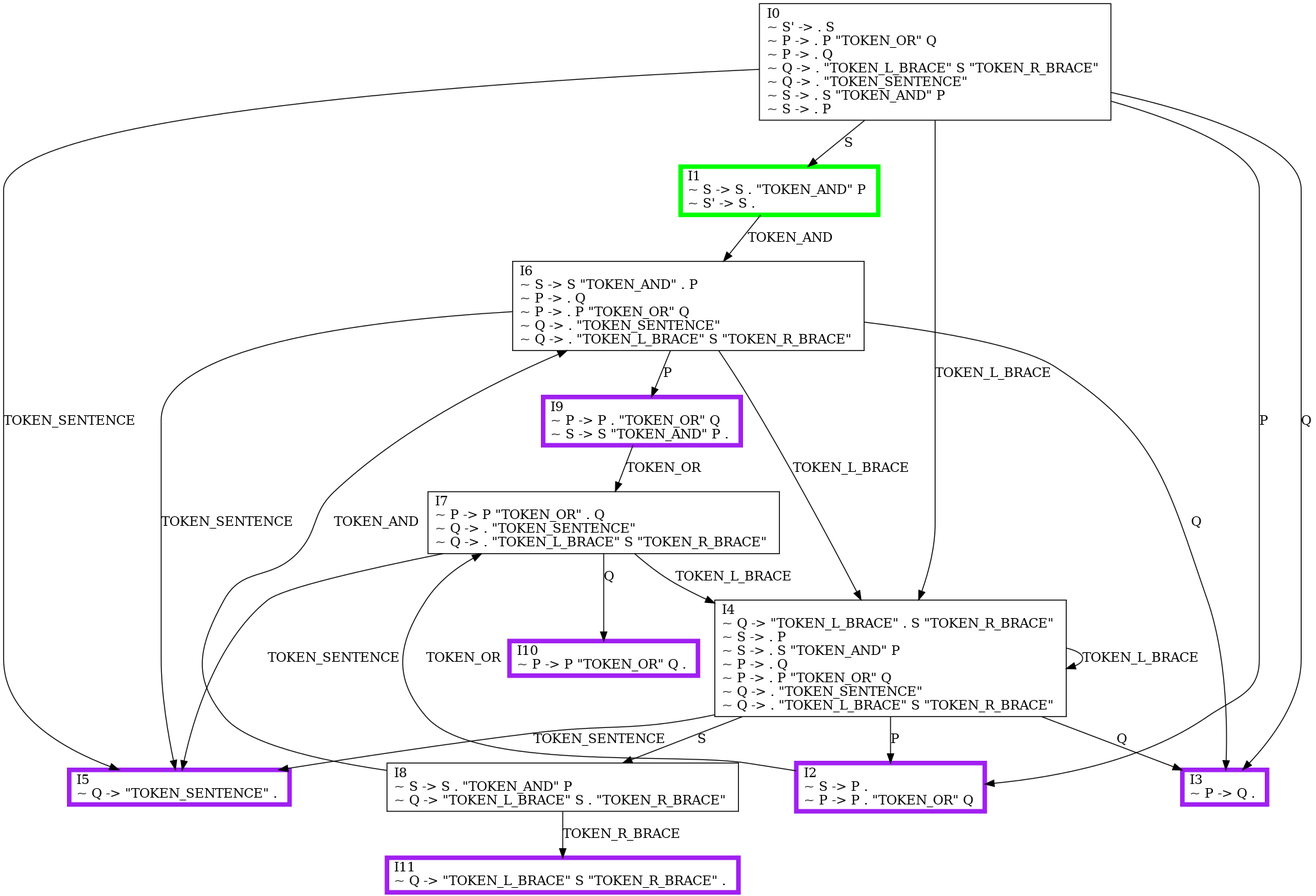
This is graph/slr.png from MarchMol/syntax_analyzer, a Graphviz export, as it was before one commit. Its source is kept beside it as graph/slr.dot.
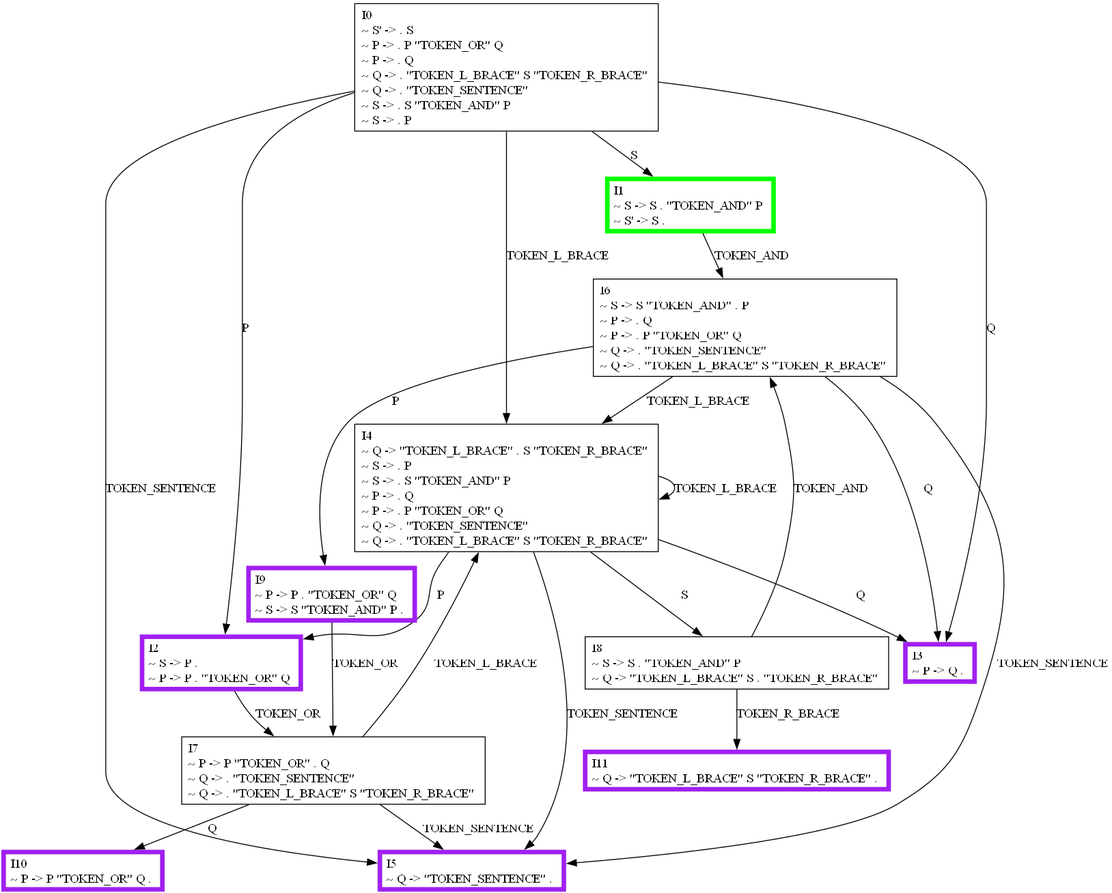
After the commit.

Diff of the diagram source:
```diff
@@ -1,36 +1,36 @@
 digraph {
-    0 [ label = "I1\l~ S -> S . \"TOKEN_AND\" P \l~ S' -> S . \l" shape=box, color=green, penwidth=5]
-    1 [ label = "I9\l~ P -> P . \"TOKEN_OR\" Q \l~ S -> S \"TOKEN_AND\" P . \l" shape=box, color=purple, penwidth=5]
-    2 [ label = "I8\l~ S -> S . \"TOKEN_AND\" P \l~ Q -> \"TOKEN_L_BRACE\" S . \"TOKEN_R_BRACE\" \l" shape=box]
+    0 [ label = "I0\l~ S' -> . S \l~ P -> . P \"TOKEN_OR\" Q \l~ P -> . Q \l~ Q -> . \"TOKEN_L_BRACE\" S \"TOKEN_R_BRACE\" \l~ Q -> . \"TOKEN_SENTENCE\" \l~ S -> . S \"TOKEN_AND\" P \l~ S -> . P \l" shape=box]
+    1 [ label = "I1\l~ S -> S . \"TOKEN_AND\" P \l~ S' -> S . \l" shape=box, color=green, penwidth=5]
+    2 [ label = "I4\l~ Q -> \"TOKEN_L_BRACE\" . S \"TOKEN_R_BRACE\" \l~ S -> . P \l~ S -> . S \"TOKEN_AND\" P \l~ P -> . Q \l~ P -> . P \"TOKEN_OR\" Q \l~ Q -> . \"TOKEN_SENTENCE\" \l~ Q -> . \"TOKEN_L_BRACE\" S \"TOKEN_R_BRACE\" \l" shape=box]
     3 [ label = "I2\l~ S -> P . \l~ P -> P . \"TOKEN_OR\" Q \l" shape=box, color=purple, penwidth=5]
-    4 [ label = "I4\l~ Q -> \"TOKEN_L_BRACE\" . S \"TOKEN_R_BRACE\" \l~ S -> . P \l~ S -> . S \"TOKEN_AND\" P \l~ P -> . Q \l~ P -> . P \"TOKEN_OR\" Q \l~ Q -> . \"TOKEN_SENTENCE\" \l~ Q -> . \"TOKEN_L_BRACE\" S \"TOKEN_R_BRACE\" \l" shape=box]
-    5 [ label = "I6\l~ S -> S \"TOKEN_AND\" . P \l~ P -> . Q \l~ P -> . P \"TOKEN_OR\" Q \l~ Q -> . \"TOKEN_SENTENCE\" \l~ Q -> . \"TOKEN_L_BRACE\" S \"TOKEN_R_BRACE\" \l" shape=box]
-    6 [ label = "I0\l~ S' -> . S \l~ P -> . P \"TOKEN_OR\" Q \l~ P -> . Q \l~ Q -> . \"TOKEN_L_BRACE\" S \"TOKEN_R_BRACE\" \l~ Q -> . \"TOKEN_SENTENCE\" \l~ S -> . S \"TOKEN_AND\" P \l~ S -> . P \l" shape=box]
-    7 [ label = "I7\l~ P -> P \"TOKEN_OR\" . Q \l~ Q -> . \"TOKEN_SENTENCE\" \l~ Q -> . \"TOKEN_L_BRACE\" S \"TOKEN_R_BRACE\" \l" shape=box]
-    8 [ label = "I11\l~ Q -> \"TOKEN_L_BRACE\" S \"TOKEN_R_BRACE\" . \l" shape=box, color=purple, penwidth=5]
+    4 [ label = "I7\l~ P -> P \"TOKEN_OR\" . Q \l~ Q -> . \"TOKEN_SENTENCE\" \l~ Q -> . \"TOKEN_L_BRACE\" S \"TOKEN_R_BRACE\" \l" shape=box]
+    5 [ label = "I8\l~ S -> S . \"TOKEN_AND\" P \l~ Q -> \"TOKEN_L_BRACE\" S . \"TOKEN_R_BRACE\" \l" shape=box]
+    6 [ label = "I9\l~ P -> P . \"TOKEN_OR\" Q \l~ S -> S \"TOKEN_AND\" P . \l" shape=box, color=purple, penwidth=5]
+    7 [ label = "I6\l~ S -> S \"TOKEN_AND\" . P \l~ P -> . Q \l~ P -> . P \"TOKEN_OR\" Q \l~ Q -> . \"TOKEN_SENTENCE\" \l~ Q -> . \"TOKEN_L_BRACE\" S \"TOKEN_R_BRACE\" \l" shape=box]
+    8 [ label = "I5\l~ Q -> \"TOKEN_SENTENCE\" . \l" shape=box, color=purple, penwidth=5]
     9 [ label = "I3\l~ P -> Q . \l" shape=box, color=purple, penwidth=5]
-    10 [ label = "I5\l~ Q -> \"TOKEN_SENTENCE\" . \l" shape=box, color=purple, penwidth=5]
-    11 [ label = "I10\l~ P -> P \"TOKEN_OR\" Q . \l" shape=box, color=purple, penwidth=5]
-    0 -> 5 [ label = "TOKEN_AND" ]
-    1 -> 7 [ label = "TOKEN_OR" ]
-    2 -> 5 [ label = "TOKEN_AND" ]
-    2 -> 8 [ label = "TOKEN_R_BRACE" ]
-    3 -> 7 [ label = "TOKEN_OR" ]
-    4 -> 9 [ label = "Q" ]
-    4 -> 4 [ label = "TOKEN_L_BRACE" ]
-    4 -> 10 [ label = "TOKEN_SENTENCE" ]
-    4 -> 2 [ label = "S" ]
-    4 -> 3 [ label = "P" ]
-    5 -> 9 [ label = "Q" ]
-    5 -> 10 [ label = "TOKEN_SENTENCE" ]
-    5 -> 1 [ label = "P" ]
-    5 -> 4 [ label = "TOKEN_L_BRACE" ]
-    6 -> 10 [ label = "TOKEN_SENTENCE" ]
-    6 -> 3 [ label = "P" ]
-    6 -> 0 [ label = "S" ]
-    6 -> 4 [ label = "TOKEN_L_BRACE" ]
-    6 -> 9 [ label = "Q" ]
-    7 -> 4 [ label = "TOKEN_L_BRACE" ]
-    7 -> 11 [ label = "Q" ]
-    7 -> 10 [ label = "TOKEN_SENTENCE" ]
+    10 [ label = "I10\l~ P -> P \"TOKEN_OR\" Q . \l" shape=box, color=purple, penwidth=5]
+    11 [ label = "I11\l~ Q -> \"TOKEN_L_BRACE\" S \"TOKEN_R_BRACE\" . \l" shape=box, color=purple, penwidth=5]
+    0 -> 1 [ label = "S" ]
+    0 -> 8 [ label = "TOKEN_SENTENCE" ]
+    0 -> 2 [ label = "TOKEN_L_BRACE" ]
+    0 -> 9 [ label = "Q" ]
+    0 -> 3 [ label = "P" ]
+    1 -> 7 [ label = "TOKEN_AND" ]
+    2 -> 3 [ label = "P" ]
+    2 -> 8 [ label = "TOKEN_SENTENCE" ]
+    2 -> 5 [ label = "S" ]
+    2 -> 9 [ label = "Q" ]
+    2 -> 2 [ label = "TOKEN_L_BRACE" ]
+    3 -> 4 [ label = "TOKEN_OR" ]
+    4 -> 8 [ label = "TOKEN_SENTENCE" ]
+    4 -> 10 [ label = "Q" ]
+    4 -> 2 [ label = "TOKEN_L_BRACE" ]
+    5 -> 7 [ label = "TOKEN_AND" ]
+    5 -> 11 [ label = "TOKEN_R_BRACE" ]
+    6 -> 4 [ label = "TOKEN_OR" ]
+    7 -> 9 [ label = "Q" ]
+    7 -> 6 [ label = "P" ]
+    7 -> 2 [ label = "TOKEN_L_BRACE" ]
+    7 -> 8 [ label = "TOKEN_SENTENCE" ]
 }
```
